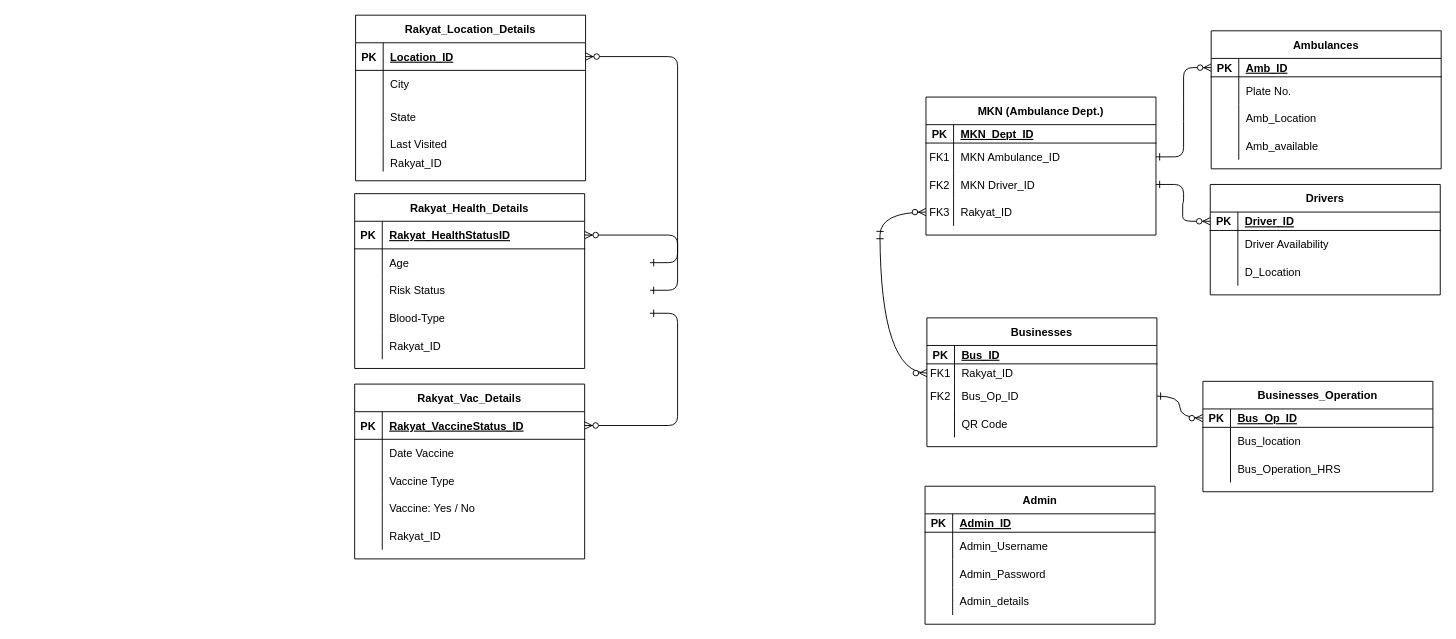
Before: ERD2.drawio in AmirAini/BackEndDay1, a draw.io diagram. Source tidied: cells renumbered, new cells numbered last; positions are measured from the earlier drawing's top-left corner, leaving out a move shared by most shapes. Both pictures are drawn from the tidied source at 92%, with x=0, y=0 at pixel (354, 15).
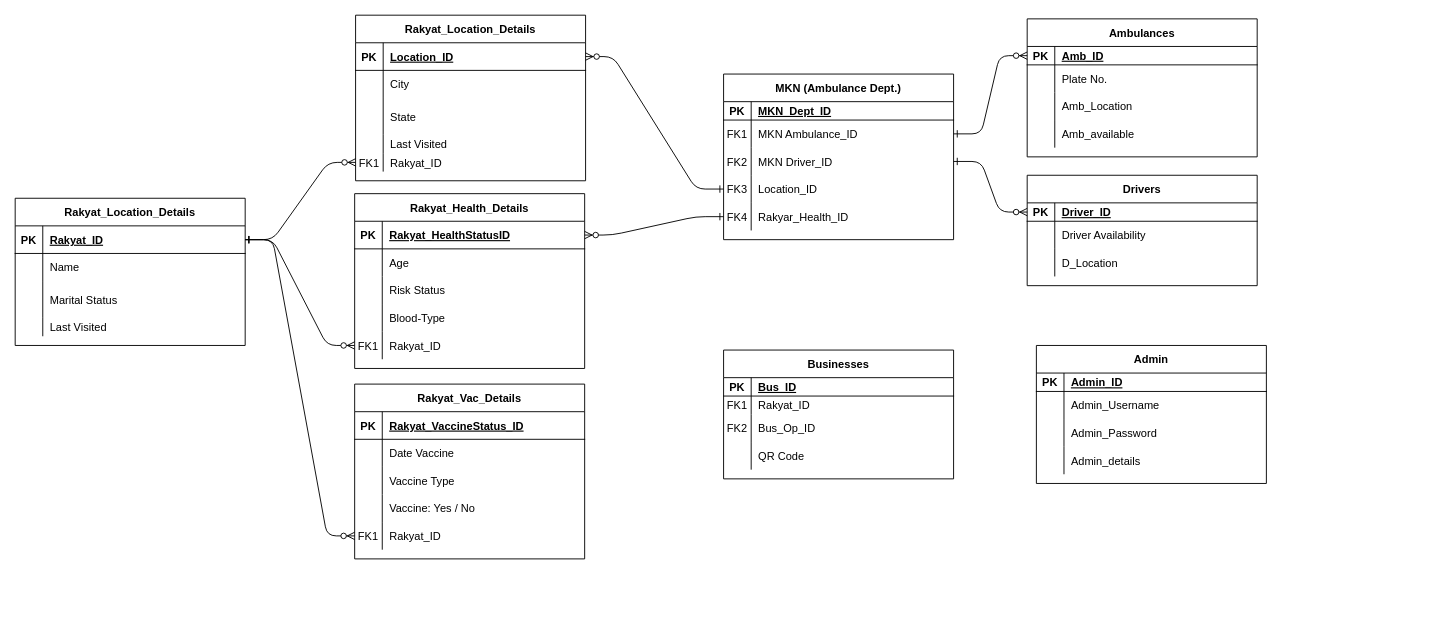
Above is the later version.

Unchanged cells that the change refers to:
```xml
<mxCell id="14" style="shape=partialRectangle;fillColor=none;points=[[0,0.5],[1,0.5]];portConstraint=eastwest;top=0;left=0;right=0;bottom=0;" parent="4" vertex="1">
  <mxGeometry y="110" width="250" height="30" as="geometry" />
</mxCell>
<mxCell id="21" style="shape=partialRectangle;fillColor=none;points=[[0,0.5],[1,0.5]];portConstraint=eastwest;top=0;left=0;right=0;bottom=0;" parent="17" vertex="1">
  <mxGeometry y="50" width="250" height="20" as="geometry" />
</mxCell>
<mxCell id="24" style="shape=partialRectangle;fillColor=none;points=[[0,0.5],[1,0.5]];portConstraint=eastwest;top=0;left=0;right=0;bottom=0;" parent="17" vertex="1">
  <mxGeometry y="70" width="250" height="30" as="geometry" />
</mxCell>
<mxCell id="55" style="shape=partialRectangle;fillColor=none;points=[[0,0.5],[1,0.5]];portConstraint=eastwest;top=0;left=0;right=0;bottom=1;" parent="54" vertex="1">
  <mxGeometry y="30" width="250" height="30" as="geometry" />
</mxCell>
<mxCell id="67" style="shape=partialRectangle;fillColor=none;points=[[0,0.5],[1,0.5]];portConstraint=eastwest;top=0;left=0;right=0;bottom=0;" parent="54" vertex="1">
  <mxGeometry y="150" width="250" height="20" as="geometry" />
</mxCell>
<mxCell id="71" style="shape=partialRectangle;fillColor=none;points=[[0,0.5],[1,0.5]];portConstraint=eastwest;top=0;left=0;right=0;bottom=1;" parent="70" vertex="1">
  <mxGeometry y="30" width="250" height="30" as="geometry" />
</mxCell>
<mxCell id="83" style="shape=partialRectangle;fillColor=none;points=[[0,0.5],[1,0.5]];portConstraint=eastwest;top=0;left=0;right=0;bottom=0;" parent="70" vertex="1">
  <mxGeometry y="150" width="250" height="30" as="geometry" />
</mxCell>
<mxCell id="87" style="shape=partialRectangle;fillColor=none;points=[[0,0.5],[1,0.5]];portConstraint=eastwest;top=0;left=0;right=0;bottom=1;" parent="86" vertex="1">
  <mxGeometry y="30" width="250" height="30" as="geometry" />
</mxCell>
<mxCell id="99" style="shape=partialRectangle;fillColor=none;points=[[0,0.5],[1,0.5]];portConstraint=eastwest;top=0;left=0;right=0;bottom=0;" parent="86" vertex="1">
  <mxGeometry y="150" width="250" height="30" as="geometry" />
</mxCell>
```

Change to the diagram source:
```diff
@@
-    <mxCell id="2" style="edgeStyle=orthogonalEdgeStyle;endArrow=ERzeroToMany;startArrow=ERone;endFill=1;startFill=0;entryX=0;entryY=0.5;entryDx=0;entryDy=0;curved=1;" parent="1" edge="1" target="14">
-      <mxGeometry relative="1" as="geometry">
-        <mxPoint x="571" y="239" as="sourcePoint" />
-      </mxGeometry>
-    </mxCell>
@@
     <mxCell id="4" value="MKN (Ambulance Dept.)" style="shape=table;startSize=30;childLayout=tableLayout;rowLines=0;fontStyle=1;align=center;" parent="1" vertex="1">
-      <mxGeometry x="621" y="89" width="250" height="150" as="geometry" />
+      <mxGeometry x="401" y="64" width="250" height="180" as="geometry" />
     </mxCell>
@@
-    <mxCell id="16" value="Rakyat_ID" style="shape=partialRectangle;overflow=hidden;fillColor=none;top=0;left=0;bottom=0;right=0;align=left;spacingLeft=6;" parent="14" vertex="1">
+    <mxCell id="16" value="Location_ID" style="shape=partialRectangle;overflow=hidden;fillColor=none;top=0;left=0;bottom=0;right=0;align=left;spacingLeft=6;" parent="14" vertex="1">
       <mxGeometry x="30" width="220" height="30" as="geometry" />
     </mxCell>
+    <mxCell id="130" style="shape=partialRectangle;fillColor=none;points=[[0,0.5],[1,0.5]];portConstraint=eastwest;top=0;left=0;right=0;bottom=0;" parent="4" vertex="1">
+      <mxGeometry y="140" width="250" height="30" as="geometry" />
+    </mxCell>
+    <mxCell id="131" value="FK4" style="shape=partialRectangle;overflow=hidden;fillColor=none;top=0;left=0;bottom=0;right=0;" parent="130" vertex="1">
+      <mxGeometry width="30" height="30" as="geometry" />
+    </mxCell>
+    <mxCell id="132" value="Rakyar_Health_ID" style="shape=partialRectangle;overflow=hidden;fillColor=none;top=0;left=0;bottom=0;right=0;align=left;spacingLeft=6;" parent="130" vertex="1">
+      <mxGeometry x="30" width="220" height="30" as="geometry" />
+    </mxCell>
     <mxCell id="17" value="Businesses" style="shape=table;startSize=30;childLayout=tableLayout;rowLines=0;fontStyle=1;align=center;" parent="1" vertex="1">
-      <mxGeometry x="622" y="329" width="250" height="140" as="geometry" />
+      <mxGeometry x="401" y="364" width="250" height="140" as="geometry" />
     </mxCell>
@@
     <mxCell id="30" value="Ambulances" style="shape=table;startSize=30;childLayout=tableLayout;rowLines=0;fontStyle=1;align=center;" parent="1" vertex="1">
-      <mxGeometry x="931" y="17" width="250" height="150" as="geometry" />
+      <mxGeometry x="731" y="4" width="250" height="150" as="geometry" />
     </mxCell>
@@
     <mxCell id="43" value="Drivers" style="shape=table;startSize=30;childLayout=tableLayout;rowLines=0;fontStyle=1;align=center;" parent="1" vertex="1">
-      <mxGeometry x="930" y="184" width="250" height="120" as="geometry" />
+      <mxGeometry x="731" y="174" width="250" height="120" as="geometry" />
     </mxCell>
@@
-    <mxCell id="68" style="shape=partialRectangle;overflow=hidden;fillColor=none;top=0;left=0;bottom=0;right=0;" parent="67" vertex="1">
+    <mxCell id="68" value="FK1" style="shape=partialRectangle;overflow=hidden;fillColor=none;top=0;left=0;bottom=0;right=0;" parent="67" vertex="1">
       <mxGeometry width="30" height="20" as="geometry" />
     </mxCell>
@@
-    <mxCell id="84" style="shape=partialRectangle;overflow=hidden;fillColor=none;top=0;left=0;bottom=0;right=0;" parent="83" vertex="1">
+    <mxCell id="84" value="FK1" style="shape=partialRectangle;overflow=hidden;fillColor=none;top=0;left=0;bottom=0;right=0;" parent="83" vertex="1">
       <mxGeometry width="30" height="30" as="geometry" />
     </mxCell>
@@
-    <mxCell id="100" style="shape=partialRectangle;overflow=hidden;fillColor=none;top=0;left=0;bottom=0;right=0;" parent="99" vertex="1">
+    <mxCell id="100" value="FK1" style="shape=partialRectangle;overflow=hidden;fillColor=none;top=0;left=0;bottom=0;right=0;" parent="99" vertex="1">
       <mxGeometry width="30" height="30" as="geometry" />
     </mxCell>
@@
-    <mxCell id="102" style="edgeStyle=entityRelationEdgeStyle;endArrow=ERzeroToMany;startArrow=ERone;endFill=1;startFill=0;exitX=0;exitY=0.5;exitDx=0;exitDy=0;" parent="1" edge="1" target="55">
-      <mxGeometry relative="1" as="geometry">
-        <mxPoint x="321" y="269" as="sourcePoint" />
-      </mxGeometry>
+    <mxCell id="102" style="edgeStyle=entityRelationEdgeStyle;endArrow=ERzeroToMany;startArrow=ERone;endFill=1;startFill=0;exitX=0;exitY=0.5;exitDx=0;exitDy=0;" parent="1" edge="1" source="14" target="55">
+      <mxGeometry relative="1" as="geometry" />
     </mxCell>
-    <mxCell id="103" style="edgeStyle=entityRelationEdgeStyle;endArrow=ERzeroToMany;startArrow=ERone;endFill=1;startFill=0;exitX=0;exitY=0.5;exitDx=0;exitDy=0;entryX=1;entryY=0.5;entryDx=0;entryDy=0;" parent="1" edge="1" target="71">
-      <mxGeometry relative="1" as="geometry">
-        <mxPoint x="321" y="299" as="sourcePoint" />
-      </mxGeometry>
+    <mxCell id="103" style="edgeStyle=entityRelationEdgeStyle;endArrow=ERzeroToMany;startArrow=ERone;endFill=1;startFill=0;" parent="1" edge="1" source="134" target="83">
+      <mxGeometry relative="1" as="geometry" />
     </mxCell>
-    <mxCell id="104" style="edgeStyle=entityRelationEdgeStyle;endArrow=ERzeroToMany;startArrow=ERone;endFill=1;startFill=0;entryX=1;entryY=0.5;entryDx=0;entryDy=0;" parent="1" edge="1" target="87">
-      <mxGeometry relative="1" as="geometry">
-        <mxPoint x="321" y="324" as="sourcePoint" />
-      </mxGeometry>
+    <mxCell id="104" style="edgeStyle=entityRelationEdgeStyle;endArrow=ERzeroToMany;startArrow=ERone;endFill=1;startFill=0;" parent="1" edge="1" source="134" target="99">
+      <mxGeometry relative="1" as="geometry" />
     </mxCell>
-    <mxCell id="105" style="edgeStyle=orthogonalEdgeStyle;endArrow=ERzeroToMany;startArrow=ERone;endFill=1;startFill=0;curved=1;" parent="1" edge="1" target="21">
-      <mxGeometry relative="1" as="geometry">
-        <mxPoint x="571" y="239" as="sourcePoint" />
-      </mxGeometry>
-    </mxCell>
-    <mxCell id="106" value="Businesses_Operation" style="shape=table;startSize=30;childLayout=tableLayout;rowLines=0;fontStyle=1;align=center;" parent="1" vertex="1">
-      <mxGeometry x="922" y="398" width="250" height="120" as="geometry" />
-    </mxCell>
-    <mxCell id="107" style="shape=partialRectangle;fillColor=none;points=[[0,0.5],[1,0.5]];portConstraint=eastwest;top=0;left=0;right=0;bottom=1;" parent="106" vertex="1">
-      <mxGeometry y="30" width="250" height="20" as="geometry" />
-    </mxCell>
-    <mxCell id="108" value="PK" style="shape=partialRectangle;overflow=hidden;fillColor=none;top=0;left=0;bottom=0;right=0;fontStyle=1;" parent="107" vertex="1">
-      <mxGeometry width="30" height="20" as="geometry" />
-    </mxCell>
-    <mxCell id="109" value="Bus_Op_ID" style="shape=partialRectangle;overflow=hidden;fillColor=none;top=0;left=0;bottom=0;right=0;align=left;spacingLeft=6;fontStyle=5;" parent="107" vertex="1">
-      <mxGeometry x="30" width="220" height="20" as="geometry" />
-    </mxCell>
-    <mxCell id="110" style="shape=partialRectangle;fillColor=none;top=0;left=0;right=0;bottom=0;" parent="106" vertex="1">
-      <mxGeometry y="50" width="250" height="30" as="geometry" />
-    </mxCell>
-    <mxCell id="111" style="shape=partialRectangle;overflow=hidden;fillColor=none;top=0;left=0;bottom=0;right=0;" parent="110" vertex="1">
-      <mxGeometry width="30" height="30" as="geometry" />
-    </mxCell>
-    <mxCell id="112" value="Bus_location" style="shape=partialRectangle;overflow=hidden;fillColor=none;top=0;left=0;bottom=0;right=0;align=left;spacingLeft=6;" parent="110" vertex="1">
-      <mxGeometry x="30" width="220" height="30" as="geometry" />
-    </mxCell>
-    <mxCell id="113" style="shape=partialRectangle;fillColor=none;top=0;left=0;right=0;bottom=0;" parent="106" vertex="1">
-      <mxGeometry y="80" width="250" height="30" as="geometry" />
-    </mxCell>
-    <mxCell id="114" style="shape=partialRectangle;overflow=hidden;fillColor=none;top=0;left=0;bottom=0;right=0;" parent="113" vertex="1">
-      <mxGeometry width="30" height="30" as="geometry" />
-    </mxCell>
-    <mxCell id="115" value="Bus_Operation_HRS" style="shape=partialRectangle;overflow=hidden;fillColor=none;top=0;left=0;bottom=0;right=0;align=left;spacingLeft=6;" parent="113" vertex="1">
-      <mxGeometry x="30" width="220" height="30" as="geometry" />
-    </mxCell>
-    <mxCell id="116" style="edgeStyle=orthogonalEdgeStyle;endArrow=ERzeroToMany;startArrow=ERone;endFill=1;startFill=0;curved=1;" parent="1" edge="1" source="24" target="107">
-      <mxGeometry relative="1" as="geometry" />
-    </mxCell>
     <mxCell id="117" value="Admin" style="shape=table;startSize=30;childLayout=tableLayout;rowLines=0;fontStyle=1;align=center;" parent="1" vertex="1">
-      <mxGeometry x="620" y="512" width="250" height="150" as="geometry" />
+      <mxGeometry x="741" y="359" width="250" height="150" as="geometry" />
     </mxCell>
@@
+    <mxCell id="133" value="Rakyat_Location_Details" style="shape=table;startSize=30;childLayout=tableLayout;rowLines=0;fontStyle=1;align=center;" parent="1" vertex="1">
+      <mxGeometry x="-369" y="199" width="250" height="160" as="geometry" />
+    </mxCell>
+    <mxCell id="134" style="shape=partialRectangle;fillColor=none;points=[[0,0.5],[1,0.5]];portConstraint=eastwest;top=0;left=0;right=0;bottom=1;" parent="133" vertex="1">
+      <mxGeometry y="30" width="250" height="30" as="geometry" />
+    </mxCell>
+    <mxCell id="108" value="PK" style="shape=partialRectangle;overflow=hidden;fillColor=none;top=0;left=0;bottom=0;right=0;fontStyle=1;" parent="134" vertex="1">
+      <mxGeometry width="30" height="30" as="geometry" />
+    </mxCell>
+    <mxCell id="135" value="Rakyat_ID" style="shape=partialRectangle;overflow=hidden;fillColor=none;top=0;left=0;bottom=0;right=0;align=left;spacingLeft=6;fontStyle=5;" parent="134" vertex="1">
+      <mxGeometry x="30" width="220" height="30" as="geometry" />
+    </mxCell>
+    <mxCell id="136" style="shape=partialRectangle;fillColor=none;top=0;left=0;right=0;bottom=0;" parent="133" vertex="1">
+      <mxGeometry y="60" width="250" height="30" as="geometry" />
+    </mxCell>
+    <mxCell id="137" style="shape=partialRectangle;overflow=hidden;fillColor=none;top=0;left=0;bottom=0;right=0;" parent="136" vertex="1">
+      <mxGeometry width="30" height="30" as="geometry" />
+    </mxCell>
+    <mxCell id="138" value="Name" style="shape=partialRectangle;overflow=hidden;fillColor=none;top=0;left=0;bottom=0;right=0;align=left;spacingLeft=6;" parent="136" vertex="1">
+      <mxGeometry x="30" width="220" height="30" as="geometry" />
+    </mxCell>
+    <mxCell id="139" style="shape=partialRectangle;fillColor=none;top=0;left=0;right=0;bottom=0;" parent="133" vertex="1">
+      <mxGeometry y="90" width="250" height="40" as="geometry" />
+    </mxCell>
+    <mxCell id="140" style="shape=partialRectangle;overflow=hidden;fillColor=none;top=0;left=0;bottom=0;right=0;" parent="139" vertex="1">
+      <mxGeometry width="30" height="40" as="geometry" />
+    </mxCell>
+    <mxCell id="141" value="Marital Status" style="shape=partialRectangle;overflow=hidden;fillColor=none;top=0;left=0;bottom=0;right=0;align=left;spacingLeft=6;" parent="139" vertex="1">
+      <mxGeometry x="30" width="220" height="40" as="geometry" />
+    </mxCell>
+    <mxCell id="142" style="shape=partialRectangle;fillColor=none;top=0;left=0;right=0;bottom=0;" parent="133" vertex="1">
+      <mxGeometry y="130" width="250" height="20" as="geometry" />
+    </mxCell>
+    <mxCell id="143" style="shape=partialRectangle;overflow=hidden;fillColor=none;top=0;left=0;bottom=0;right=0;" parent="142" vertex="1">
+      <mxGeometry width="30" height="20" as="geometry" />
+    </mxCell>
+    <mxCell id="144" value="Last Visited" style="shape=partialRectangle;overflow=hidden;fillColor=none;top=0;left=0;bottom=0;right=0;align=left;spacingLeft=6;" parent="142" vertex="1">
+      <mxGeometry x="30" width="220" height="20" as="geometry" />
+    </mxCell>
+    <mxCell id="145" style="edgeStyle=entityRelationEdgeStyle;endArrow=ERzeroToMany;startArrow=ERone;endFill=1;startFill=0;entryX=0;entryY=0.5;entryDx=0;entryDy=0;" parent="1" edge="1" source="134" target="67">
+      <mxGeometry relative="1" as="geometry" />
+    </mxCell>
+    <mxCell id="146" style="edgeStyle=entityRelationEdgeStyle;endArrow=ERzeroToMany;startArrow=ERone;endFill=1;startFill=0;" parent="1" edge="1" source="130" target="71">
+      <mxGeometry relative="1" as="geometry" />
+    </mxCell>
```
